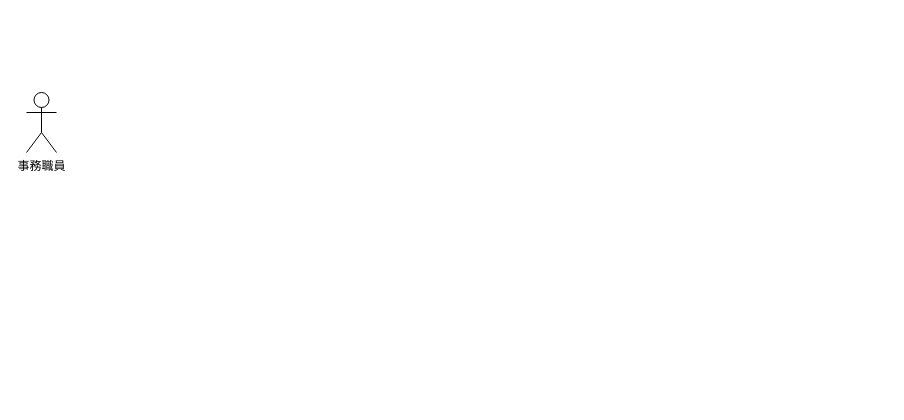
Above: roba_04.drawio in mameiku/group3-4-No.2 (draw.io), before the change. Source tidied: cells renumbered, new cells numbered last; positions are measured from the earlier drawing's top-left corner, leaving out a move shared by most shapes. Both pictures are drawn from the tidied source at 100%, with x=0, y=0 at pixel (26, 92).
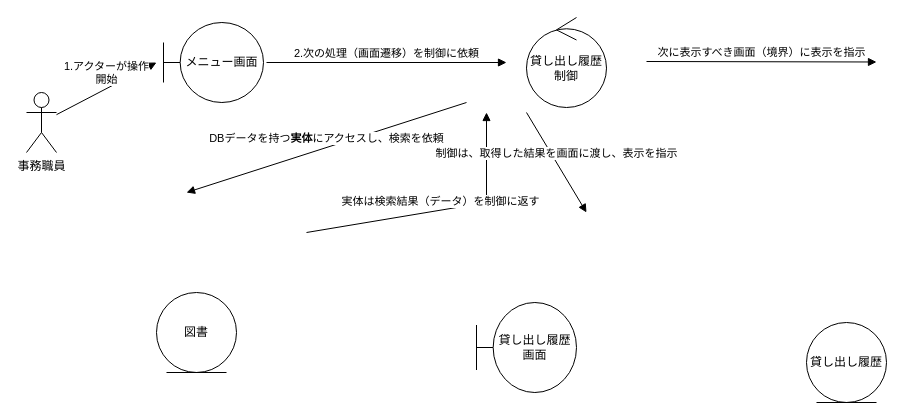
Above is the later version.

The change refers to these unchanged cells:
```xml
<mxCell id="2" value="事務職員" style="shape=umlActor;verticalLabelPosition=bottom;verticalAlign=top;html=1;" parent="1" vertex="1">
  <mxGeometry width="30" height="60" as="geometry" />
</mxCell>
```

Change to the diagram source:
```diff
@@
+    <mxCell id="3" value="メニュー画面" style="shape=umlBoundary;whiteSpace=wrap;html=1;" parent="1" vertex="1">
+      <mxGeometry x="137" y="-70" width="100" height="80" as="geometry" />
+    </mxCell>
+    <mxCell id="4" value="貸し出し履歴画面" style="shape=umlBoundary;whiteSpace=wrap;html=1;" parent="1" vertex="1">
+      <mxGeometry x="450" y="210" width="100" height="90" as="geometry" />
+    </mxCell>
+    <mxCell id="5" value="貸し出し履歴制御" style="ellipse;shape=umlControl;whiteSpace=wrap;html=1;" parent="1" vertex="1">
+      <mxGeometry x="500" y="-75" width="80" height="90" as="geometry" />
+    </mxCell>
+    <mxCell id="6" value="図書" style="ellipse;shape=umlEntity;whiteSpace=wrap;html=1;" parent="1" vertex="1">
+      <mxGeometry x="130" y="200" width="80" height="80" as="geometry" />
+    </mxCell>
+    <mxCell id="7" value="貸し出し履歴" style="ellipse;shape=umlEntity;whiteSpace=wrap;html=1;" parent="1" vertex="1">
+      <mxGeometry x="780" y="230" width="80" height="80" as="geometry" />
+    </mxCell>
+    <mxCell id="8" value="1.アクターが操作&lt;div&gt;開始&lt;/div&gt;" style="html=1;verticalAlign=bottom;endArrow=block;curved=0;rounded=0;" parent="1" edge="1" source="2">
+      <mxGeometry relative="1" as="geometry">
+        <mxPoint x="130" y="-30" as="targetPoint" />
+      </mxGeometry>
+    </mxCell>
+    <mxCell id="9" value="2.次の処理（画面遷移）を制御に依頼" style="html=1;verticalAlign=bottom;endArrow=block;curved=0;rounded=0;" parent="1" edge="1">
+      <mxGeometry relative="1" as="geometry">
+        <mxPoint x="240" y="-30" as="sourcePoint" />
+        <mxPoint x="480" y="-30" as="targetPoint" />
+      </mxGeometry>
+    </mxCell>
+    <mxCell id="10" value="次に表示すべき画面（境界）に表示を指示" style="html=1;verticalAlign=bottom;endArrow=block;curved=0;rounded=0;" parent="1" edge="1">
+      <mxGeometry relative="1" as="geometry">
+        <mxPoint x="620" y="-31" as="sourcePoint" />
+        <mxPoint x="850" y="-30.5" as="targetPoint" />
+      </mxGeometry>
+    </mxCell>
+    <mxCell id="11" value="DBデータを持つ&lt;b&gt;実体&lt;/b&gt;にアクセスし、検索を依頼" style="html=1;verticalAlign=bottom;endArrow=block;curved=0;rounded=0;" parent="1" edge="1">
+      <mxGeometry relative="1" as="geometry">
+        <mxPoint x="440" y="10" as="sourcePoint" />
+        <mxPoint x="160" y="100" as="targetPoint" />
+      </mxGeometry>
+    </mxCell>
+    <mxCell id="12" value="実体は検索結果（データ）を制御に返す" style="html=1;verticalAlign=bottom;endArrow=block;curved=0;rounded=0;" parent="1" edge="1">
+      <mxGeometry relative="1" as="geometry">
+        <mxPoint x="280" y="140" as="sourcePoint" />
+        <mxPoint x="460" y="20" as="targetPoint" />
+        <Array as="points">
+          <mxPoint x="460" y="110" />
+        </Array>
+      </mxGeometry>
+    </mxCell>
+    <mxCell id="13" value="制御は、取得した結果を画面に渡し、表示を指示" style="html=1;verticalAlign=bottom;endArrow=block;curved=0;rounded=0;" parent="1" edge="1">
+      <mxGeometry relative="1" as="geometry">
+        <mxPoint x="500" y="20" as="sourcePoint" />
+        <mxPoint x="560" y="120" as="targetPoint" />
+      </mxGeometry>
+    </mxCell>
```
